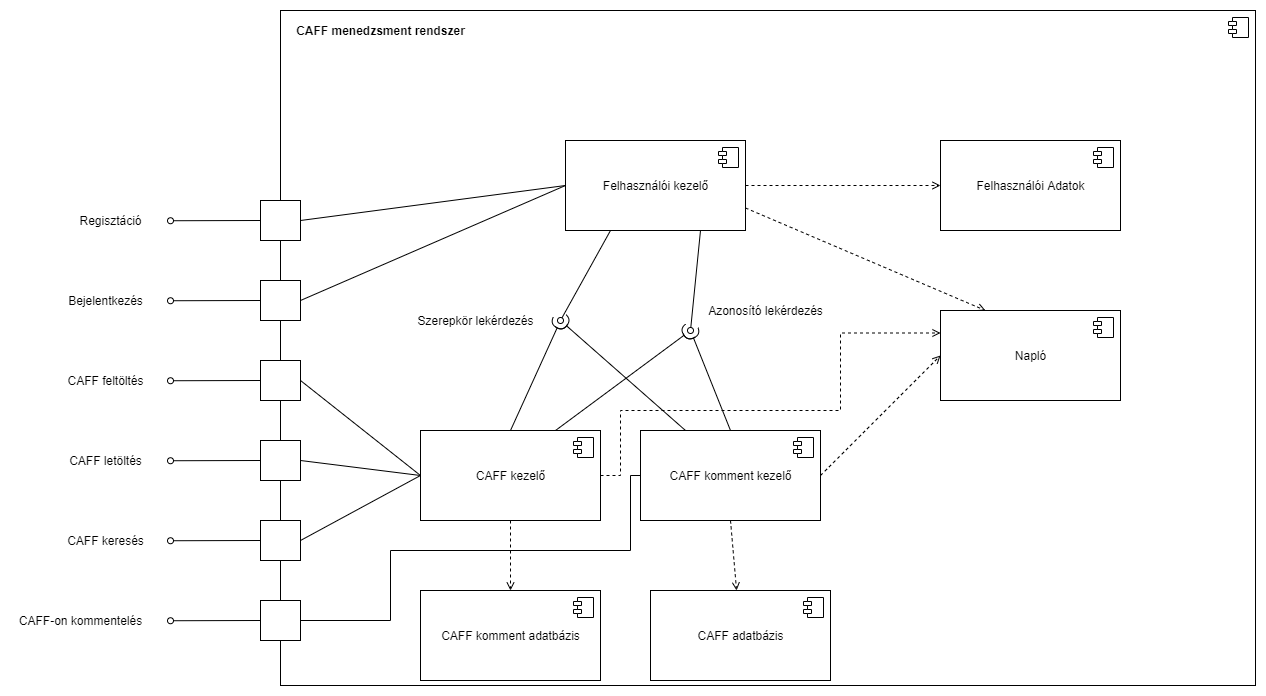
zuper1998/SzamBiztHF keeps this draw.io diagram as plans/komponensDiag.drawio.png. Above is the earlier version. Source tidied: cells renumbered, new cells last; positions are measured from the earlier drawing's top-left corner, leaving out a move shared by most shapes. Source of this version:
```xml
<mxGraphModel>
  <root>
    <mxCell id="0" />
    <mxCell id="1" parent="0" />
    <mxCell id="2" style="html=1;" parent="1" vertex="1">
      <mxGeometry x="270" width="975" height="675" as="geometry" />
    </mxCell>
    <mxCell id="3" style="shape=module;jettyWidth=8;jettyHeight=4;" parent="2" vertex="1">
      <mxGeometry x="1" width="20" height="20" relative="1" as="geometry">
        <mxPoint x="-27" y="7" as="offset" />
      </mxGeometry>
    </mxCell>
    <mxCell id="4" style="edgeStyle=orthogonalEdgeStyle;rounded=0;jettySize=auto;html=1;exitX=1;exitY=0.5;exitDx=0;exitDy=0;entryX=0;entryY=0.5;entryDx=0;entryDy=0;dashed=1;endArrow=open;endFill=0;" parent="1" edge="1" source="7" target="9">
      <mxGeometry relative="1" as="geometry" />
    </mxCell>
    <mxCell id="5" style="edgeStyle=none;rounded=0;jettySize=auto;html=1;exitX=0.25;exitY=1;exitDx=0;exitDy=0;endArrow=oval;endFill=0;" parent="1" edge="1" source="7">
      <mxGeometry relative="1" as="geometry">
        <mxPoint x="550" y="310" as="targetPoint" />
      </mxGeometry>
    </mxCell>
    <mxCell id="6" style="rounded=0;jettySize=auto;html=1;exitX=1;exitY=0.75;exitDx=0;exitDy=0;entryX=0.25;entryY=0;entryDx=0;entryDy=0;dashed=1;endArrow=open;endFill=0;" parent="1" edge="1" source="7" target="30">
      <mxGeometry relative="1" as="geometry" />
    </mxCell>
    <mxCell id="7" value="Felhasználói kezelő" style="html=1;" parent="1" vertex="1">
      <mxGeometry x="555" y="130" width="180" height="90" as="geometry" />
    </mxCell>
    <mxCell id="8" style="shape=module;jettyWidth=8;jettyHeight=4;" parent="7" vertex="1">
      <mxGeometry x="1" width="20" height="20" relative="1" as="geometry">
        <mxPoint x="-27" y="7" as="offset" />
      </mxGeometry>
    </mxCell>
    <mxCell id="9" value="Felhasználói Adatok" style="html=1;" parent="1" vertex="1">
      <mxGeometry x="930" y="130" width="180" height="90" as="geometry" />
    </mxCell>
    <mxCell id="10" style="shape=module;jettyWidth=8;jettyHeight=4;" parent="9" vertex="1">
      <mxGeometry x="1" width="20" height="20" relative="1" as="geometry">
        <mxPoint x="-27" y="7" as="offset" />
      </mxGeometry>
    </mxCell>
    <mxCell id="11" style="edgeStyle=none;rounded=0;jettySize=auto;html=1;exitX=0.5;exitY=1;exitDx=0;exitDy=0;entryX=0.5;entryY=0;entryDx=0;entryDy=0;dashed=1;endArrow=open;endFill=0;" parent="1" edge="1" source="15" target="23">
      <mxGeometry relative="1" as="geometry" />
    </mxCell>
    <mxCell id="12" style="edgeStyle=none;rounded=0;jettySize=auto;html=1;exitX=0.5;exitY=0;exitDx=0;exitDy=0;endArrow=halfCircle;endFill=0;" parent="1" edge="1" source="15">
      <mxGeometry relative="1" as="geometry">
        <mxPoint x="550" y="310" as="targetPoint" />
      </mxGeometry>
    </mxCell>
    <mxCell id="13" style="edgeStyle=none;rounded=0;jettySize=auto;html=1;exitX=0.75;exitY=0;exitDx=0;exitDy=0;endArrow=halfCircle;endFill=0;" parent="1" edge="1" source="15">
      <mxGeometry relative="1" as="geometry">
        <mxPoint x="680" y="320" as="targetPoint" />
      </mxGeometry>
    </mxCell>
    <mxCell id="14" style="edgeStyle=orthogonalEdgeStyle;rounded=0;jettySize=auto;html=1;exitX=1;exitY=0.5;exitDx=0;exitDy=0;entryX=0;entryY=0.25;entryDx=0;entryDy=0;dashed=1;endArrow=open;endFill=0;" parent="1" edge="1" source="15" target="30">
      <mxGeometry relative="1" as="geometry">
        <Array as="points">
          <mxPoint x="610" y="465" />
          <mxPoint x="610" y="400" />
          <mxPoint x="830" y="400" />
          <mxPoint x="830" y="323" />
        </Array>
      </mxGeometry>
    </mxCell>
    <mxCell id="15" value="CAFF kezelő" style="html=1;" parent="1" vertex="1">
      <mxGeometry x="410" y="420" width="180" height="90" as="geometry" />
    </mxCell>
    <mxCell id="16" style="shape=module;jettyWidth=8;jettyHeight=4;" parent="15" vertex="1">
      <mxGeometry x="1" width="20" height="20" relative="1" as="geometry">
        <mxPoint x="-27" y="7" as="offset" />
      </mxGeometry>
    </mxCell>
    <mxCell id="17" style="edgeStyle=none;rounded=0;jettySize=auto;html=1;exitX=0.5;exitY=1;exitDx=0;exitDy=0;dashed=1;endArrow=open;endFill=0;" parent="1" edge="1" source="21" target="25">
      <mxGeometry relative="1" as="geometry" />
    </mxCell>
    <mxCell id="18" style="edgeStyle=none;rounded=0;jettySize=auto;html=1;exitX=0.25;exitY=0;exitDx=0;exitDy=0;endArrow=halfCircle;endFill=0;" parent="1" edge="1" source="21">
      <mxGeometry relative="1" as="geometry">
        <mxPoint x="550" y="310" as="targetPoint" />
      </mxGeometry>
    </mxCell>
    <mxCell id="19" style="edgeStyle=none;rounded=0;jettySize=auto;html=1;exitX=0.5;exitY=0;exitDx=0;exitDy=0;endArrow=halfCircle;endFill=0;" parent="1" edge="1" source="21">
      <mxGeometry relative="1" as="geometry">
        <mxPoint x="680" y="320" as="targetPoint" />
      </mxGeometry>
    </mxCell>
    <mxCell id="20" style="edgeStyle=none;rounded=0;jettySize=auto;html=1;exitX=1;exitY=0.5;exitDx=0;exitDy=0;entryX=0;entryY=0.5;entryDx=0;entryDy=0;dashed=1;endArrow=open;endFill=0;" parent="1" edge="1" source="21" target="30">
      <mxGeometry relative="1" as="geometry" />
    </mxCell>
    <mxCell id="21" value="CAFF komment kezelő" style="html=1;" parent="1" vertex="1">
      <mxGeometry x="630" y="420" width="180" height="90" as="geometry" />
    </mxCell>
    <mxCell id="22" style="shape=module;jettyWidth=8;jettyHeight=4;" parent="21" vertex="1">
      <mxGeometry x="1" width="20" height="20" relative="1" as="geometry">
        <mxPoint x="-27" y="7" as="offset" />
      </mxGeometry>
    </mxCell>
    <mxCell id="23" value="CAFF komment adatbázis" style="html=1;" parent="1" vertex="1">
      <mxGeometry x="410" y="580" width="180" height="90" as="geometry" />
    </mxCell>
    <mxCell id="24" style="shape=module;jettyWidth=8;jettyHeight=4;" parent="23" vertex="1">
      <mxGeometry x="1" width="20" height="20" relative="1" as="geometry">
        <mxPoint x="-27" y="7" as="offset" />
      </mxGeometry>
    </mxCell>
    <mxCell id="25" value="CAFF adatbázis" style="html=1;" parent="1" vertex="1">
      <mxGeometry x="640" y="580" width="180" height="90" as="geometry" />
    </mxCell>
    <mxCell id="26" style="shape=module;jettyWidth=8;jettyHeight=4;" parent="25" vertex="1">
      <mxGeometry x="1" width="20" height="20" relative="1" as="geometry">
        <mxPoint x="-27" y="7" as="offset" />
      </mxGeometry>
    </mxCell>
    <mxCell id="27" style="rounded=0;jettySize=auto;html=1;endArrow=oval;endFill=0;sketch=0;sourcePerimeterSpacing=0;targetPerimeterSpacing=0;exitX=0.75;exitY=1;exitDx=0;exitDy=0;" parent="1" edge="1" source="7">
      <mxGeometry relative="1" as="geometry">
        <mxPoint x="680" y="320" as="targetPoint" />
      </mxGeometry>
    </mxCell>
    <mxCell id="28" value="Azonosító lekérdezés" style="text;html=1;align=center;verticalAlign=middle;strokeColor=none;fillColor=none;" parent="1" vertex="1">
      <mxGeometry x="690" y="290" width="130" height="20" as="geometry" />
    </mxCell>
    <mxCell id="29" value="Szerepkör lekérdezés" style="text;html=1;align=center;verticalAlign=middle;strokeColor=none;fillColor=none;" parent="1" vertex="1">
      <mxGeometry x="400" y="300" width="130" height="20" as="geometry" />
    </mxCell>
    <mxCell id="30" value="Napló" style="html=1;" parent="1" vertex="1">
      <mxGeometry x="930" y="300" width="180" height="90" as="geometry" />
    </mxCell>
    <mxCell id="31" style="shape=module;jettyWidth=8;jettyHeight=4;" parent="30" vertex="1">
      <mxGeometry x="1" width="20" height="20" relative="1" as="geometry">
        <mxPoint x="-27" y="7" as="offset" />
      </mxGeometry>
    </mxCell>
    <mxCell id="32" value="&lt;b&gt;CAFF menedzsment rendszer&lt;/b&gt;" style="text;html=1;align=center;verticalAlign=middle;strokeColor=none;fillColor=none;" parent="1" vertex="1">
      <mxGeometry x="280" y="10" width="180" height="20" as="geometry" />
    </mxCell>
    <mxCell id="33" style="edgeStyle=none;rounded=0;jettySize=auto;html=1;exitX=0;exitY=0.5;exitDx=0;exitDy=0;endArrow=oval;endFill=0;" parent="1" edge="1" source="35">
      <mxGeometry relative="1" as="geometry">
        <mxPoint x="160" y="210.2" as="targetPoint" />
      </mxGeometry>
    </mxCell>
    <mxCell id="34" style="edgeStyle=none;rounded=0;jettySize=auto;html=1;exitX=1;exitY=0.5;exitDx=0;exitDy=0;entryX=0;entryY=0.5;entryDx=0;entryDy=0;endArrow=none;endFill=0;" parent="1" edge="1" source="35" target="7">
      <mxGeometry relative="1" as="geometry" />
    </mxCell>
    <mxCell id="35" style="whiteSpace=wrap;html=1;" parent="1" vertex="1">
      <mxGeometry x="250" y="190" width="40" height="40" as="geometry" />
    </mxCell>
    <mxCell id="36" style="edgeStyle=none;rounded=0;jettySize=auto;html=1;exitX=0;exitY=0.5;exitDx=0;exitDy=0;endArrow=oval;endFill=0;" parent="1" edge="1" source="38">
      <mxGeometry relative="1" as="geometry">
        <mxPoint x="160" y="290.2" as="targetPoint" />
      </mxGeometry>
    </mxCell>
    <mxCell id="37" style="edgeStyle=none;rounded=0;jettySize=auto;html=1;exitX=1;exitY=0.5;exitDx=0;exitDy=0;entryX=0;entryY=0.5;entryDx=0;entryDy=0;endArrow=none;endFill=0;" parent="1" edge="1" source="38" target="7">
      <mxGeometry relative="1" as="geometry" />
    </mxCell>
    <mxCell id="38" style="whiteSpace=wrap;html=1;" parent="1" vertex="1">
      <mxGeometry x="250" y="270" width="40" height="40" as="geometry" />
    </mxCell>
    <mxCell id="39" style="edgeStyle=none;rounded=0;jettySize=auto;html=1;exitX=0;exitY=0.5;exitDx=0;exitDy=0;endArrow=oval;endFill=0;" parent="1" edge="1" source="41">
      <mxGeometry relative="1" as="geometry">
        <mxPoint x="160" y="370.2" as="targetPoint" />
      </mxGeometry>
    </mxCell>
    <mxCell id="40" style="edgeStyle=none;rounded=0;jettySize=auto;html=1;exitX=1;exitY=0.5;exitDx=0;exitDy=0;entryX=0;entryY=0.5;entryDx=0;entryDy=0;endArrow=none;endFill=0;" parent="1" edge="1" source="41" target="15">
      <mxGeometry relative="1" as="geometry" />
    </mxCell>
    <mxCell id="41" style="whiteSpace=wrap;html=1;" parent="1" vertex="1">
      <mxGeometry x="250" y="350" width="40" height="40" as="geometry" />
    </mxCell>
    <mxCell id="42" style="edgeStyle=none;rounded=0;jettySize=auto;html=1;exitX=0;exitY=0.5;exitDx=0;exitDy=0;endArrow=oval;endFill=0;" parent="1" edge="1" source="44">
      <mxGeometry relative="1" as="geometry">
        <mxPoint x="160" y="450.2" as="targetPoint" />
      </mxGeometry>
    </mxCell>
    <mxCell id="43" style="edgeStyle=none;rounded=0;jettySize=auto;html=1;exitX=1;exitY=0.5;exitDx=0;exitDy=0;entryX=0;entryY=0.5;entryDx=0;entryDy=0;endArrow=none;endFill=0;" parent="1" edge="1" source="44" target="15">
      <mxGeometry relative="1" as="geometry" />
    </mxCell>
    <mxCell id="44" style="whiteSpace=wrap;html=1;" parent="1" vertex="1">
      <mxGeometry x="250" y="430" width="40" height="40" as="geometry" />
    </mxCell>
    <mxCell id="45" style="edgeStyle=none;rounded=0;jettySize=auto;html=1;exitX=0;exitY=0.5;exitDx=0;exitDy=0;endArrow=oval;endFill=0;" parent="1" edge="1" source="47">
      <mxGeometry relative="1" as="geometry">
        <mxPoint x="160" y="530.2" as="targetPoint" />
      </mxGeometry>
    </mxCell>
    <mxCell id="46" style="edgeStyle=none;rounded=0;jettySize=auto;html=1;exitX=1;exitY=0.5;exitDx=0;exitDy=0;entryX=0;entryY=0.5;entryDx=0;entryDy=0;endArrow=none;endFill=0;" parent="1" edge="1" source="47" target="15">
      <mxGeometry relative="1" as="geometry" />
    </mxCell>
    <mxCell id="47" style="whiteSpace=wrap;html=1;" parent="1" vertex="1">
      <mxGeometry x="250" y="510" width="40" height="40" as="geometry" />
    </mxCell>
    <mxCell id="48" style="edgeStyle=none;rounded=0;jettySize=auto;html=1;exitX=0;exitY=0.5;exitDx=0;exitDy=0;endArrow=oval;endFill=0;" parent="1" edge="1" source="50">
      <mxGeometry relative="1" as="geometry">
        <mxPoint x="160" y="610.2" as="targetPoint" />
      </mxGeometry>
    </mxCell>
    <mxCell id="49" style="edgeStyle=orthogonalEdgeStyle;rounded=0;jettySize=auto;html=1;exitX=1;exitY=0.5;exitDx=0;exitDy=0;entryX=0;entryY=0.5;entryDx=0;entryDy=0;endArrow=none;endFill=0;" parent="1" edge="1" source="50" target="21">
      <mxGeometry relative="1" as="geometry">
        <Array as="points">
          <mxPoint x="380" y="610" />
          <mxPoint x="380" y="540" />
          <mxPoint x="620" y="540" />
          <mxPoint x="620" y="465" />
        </Array>
      </mxGeometry>
    </mxCell>
    <mxCell id="50" style="whiteSpace=wrap;html=1;" parent="1" vertex="1">
      <mxGeometry x="250" y="590" width="40" height="40" as="geometry" />
    </mxCell>
    <mxCell id="51" value="Regisztáció" style="text;html=1;align=center;verticalAlign=middle;strokeColor=none;fillColor=none;" parent="1" vertex="1">
      <mxGeometry x="60" y="200" width="80" height="20" as="geometry" />
    </mxCell>
    <mxCell id="52" value="Bejelentkezés" style="text;html=1;align=center;verticalAlign=middle;strokeColor=none;fillColor=none;" parent="1" vertex="1">
      <mxGeometry x="50" y="280" width="90" height="20" as="geometry" />
    </mxCell>
    <mxCell id="53" value="CAFF feltöltés" style="text;html=1;align=center;verticalAlign=middle;strokeColor=none;fillColor=none;" parent="1" vertex="1">
      <mxGeometry x="50" y="360" width="90" height="20" as="geometry" />
    </mxCell>
    <mxCell id="54" value="CAFF letöltés" style="text;html=1;align=center;verticalAlign=middle;strokeColor=none;fillColor=none;" parent="1" vertex="1">
      <mxGeometry x="50" y="440" width="90" height="20" as="geometry" />
    </mxCell>
    <mxCell id="55" value="CAFF keresés" style="text;html=1;align=center;verticalAlign=middle;strokeColor=none;fillColor=none;" parent="1" vertex="1">
      <mxGeometry x="50" y="520" width="90" height="20" as="geometry" />
    </mxCell>
    <mxCell id="56" value="CAFF-on kommentelés" style="text;html=1;align=center;verticalAlign=middle;strokeColor=none;fillColor=none;" parent="1" vertex="1">
      <mxGeometry y="600" width="140" height="20" as="geometry" />
    </mxCell>
  </root>
</mxGraphModel>
```
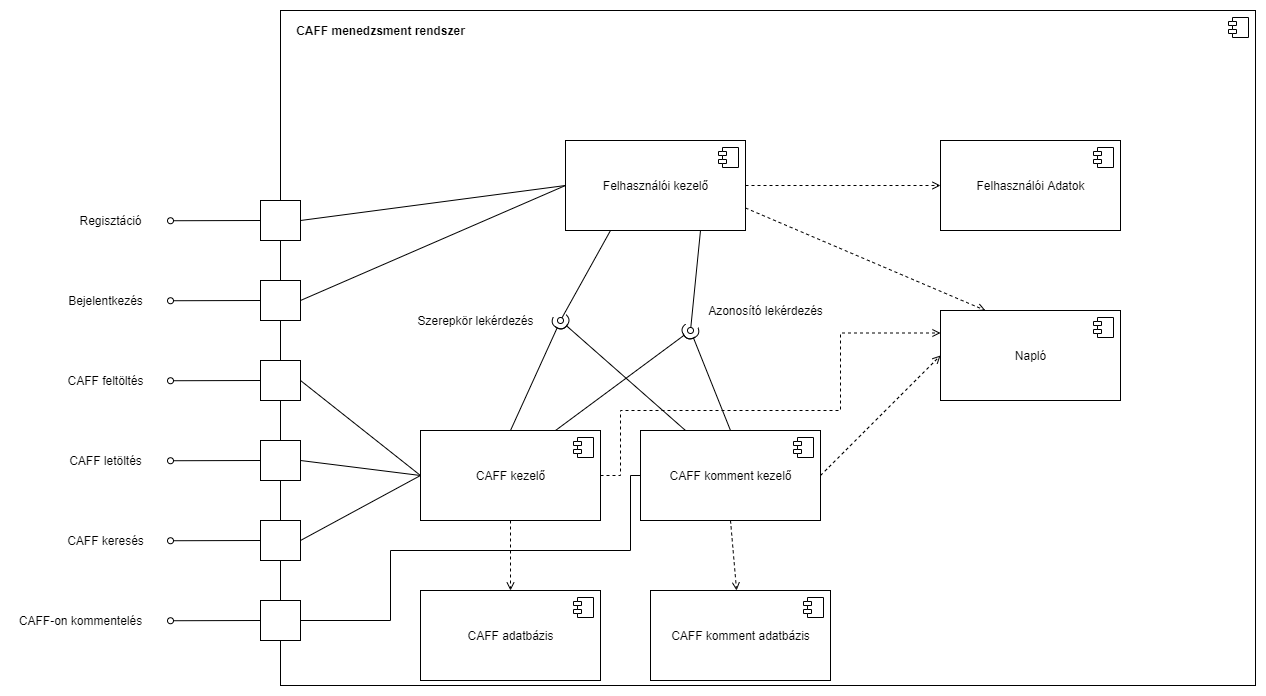
The same diagram one commit later.

What changed in the source:
```diff
@@ -92,7 +92,7 @@
         <mxPoint x="-27" y="7" as="offset" />
       </mxGeometry>
     </mxCell>
-    <mxCell id="23" value="CAFF komment adatbázis" style="html=1;" parent="1" vertex="1">
+    <mxCell id="23" value="CAFF adatbázis" style="html=1;" parent="1" vertex="1">
       <mxGeometry x="410" y="580" width="180" height="90" as="geometry" />
     </mxCell>
     <mxCell id="24" style="shape=module;jettyWidth=8;jettyHeight=4;" parent="23" vertex="1">
@@ -100,7 +100,7 @@
         <mxPoint x="-27" y="7" as="offset" />
       </mxGeometry>
     </mxCell>
-    <mxCell id="25" value="CAFF adatbázis" style="html=1;" parent="1" vertex="1">
+    <mxCell id="25" value="CAFF komment adatbázis" style="html=1;" parent="1" vertex="1">
       <mxGeometry x="640" y="580" width="180" height="90" as="geometry" />
     </mxCell>
     <mxCell id="26" style="shape=module;jettyWidth=8;jettyHeight=4;" parent="25" vertex="1">
```
